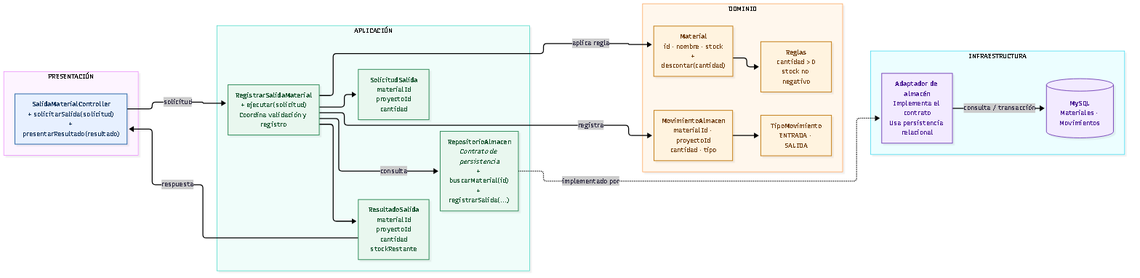
Above: img/nivel4-clases.png in dostinarroyo/Constructora-arquitSoft-02-Dostin_Arroyo (Mermaid), before the change. Its source is kept beside it as img/fuentes/nivel4-clases.mmd. Source of this version:
```mermaid
flowchart LR
    subgraph PRESENTACION["PRESENTACIÓN"]
        direction TB
        controlador["<b>SalidaMaterialController</b><br/>+ solicitarSalida(solicitud)<br/>+ presentarResultado(resultado)"]
    end

    subgraph APLICACION["APLICACIÓN"]
        direction TB
        casoUso["<b>RegistrarSalidaMaterial</b><br/>+ ejecutar(solicitud)<br/>Coordina validación y registro"]
        solicitud["<b>SolicitudSalida</b><br/>materialId<br/>proyectoId<br/>cantidad"]
        resultado["<b>ResultadoSalida</b><br/>materialId<br/>proyectoId<br/>cantidad<br/>stockRestante"]
        repositorio["<b>RepositorioAlmacen</b><br/><i>Contrato de persistencia</i><br/>+ buscarMaterial(id)<br/>+ registrarSalida(...)"]
    end

    subgraph DOMINIO["DOMINIO"]
        direction TB
        material["<b>Material</b><br/>id · nombre · stock<br/>+ descontar(cantidad)"]
        movimiento["<b>MovimientoAlmacen</b><br/>materialId · proyectoId<br/>cantidad · tipo"]
        tipo["<b>TipoMovimiento</b><br/>ENTRADA · SALIDA"]
        regla["<b>Reglas</b><br/>cantidad > 0<br/>stock no negativo"]
    end

    subgraph INFRAESTRUCTURA["INFRAESTRUCTURA"]
        direction TB
        adaptador["<b>Adaptador de almacén</b><br/>Implementa el contrato<br/>Usa persistencia relacional"]
        mysql[("<b>MySQL</b><br/>Materiales · Movimientos")]
    end

    controlador -->|"solicitud"| casoUso
    casoUso --> solicitud
    casoUso -->|"consulta"| repositorio
    repositorio -. "implementado por" .-> adaptador
    adaptador -->|"consulta / transacción"| mysql
    casoUso -->|"aplica regla"| material
    material --> regla
    casoUso -->|"registra"| movimiento
    movimiento --> tipo
    casoUso --> resultado
    resultado -->|"respuesta"| controlador

    controlador ~~~ casoUso
    casoUso ~~~ material
    material ~~~ adaptador

    classDef presentacion fill:#e7f0ff,stroke:#2563a6,color:#17365d,stroke-width:1.5px
    classDef aplicacion fill:#e9f7ef,stroke:#2d8a57,color:#14532d,stroke-width:1.5px
    classDef dominio fill:#fff3df,stroke:#c27a12,color:#713f12,stroke-width:1.5px
    classDef infraestructura fill:#f2eaff,stroke:#7646b8,color:#4c1d95,stroke-width:1.5px

    class controlador presentacion
    class casoUso,solicitud,resultado,repositorio aplicacion
    class material,movimiento,tipo,regla dominio
    class adaptador,mysql infraestructura
```
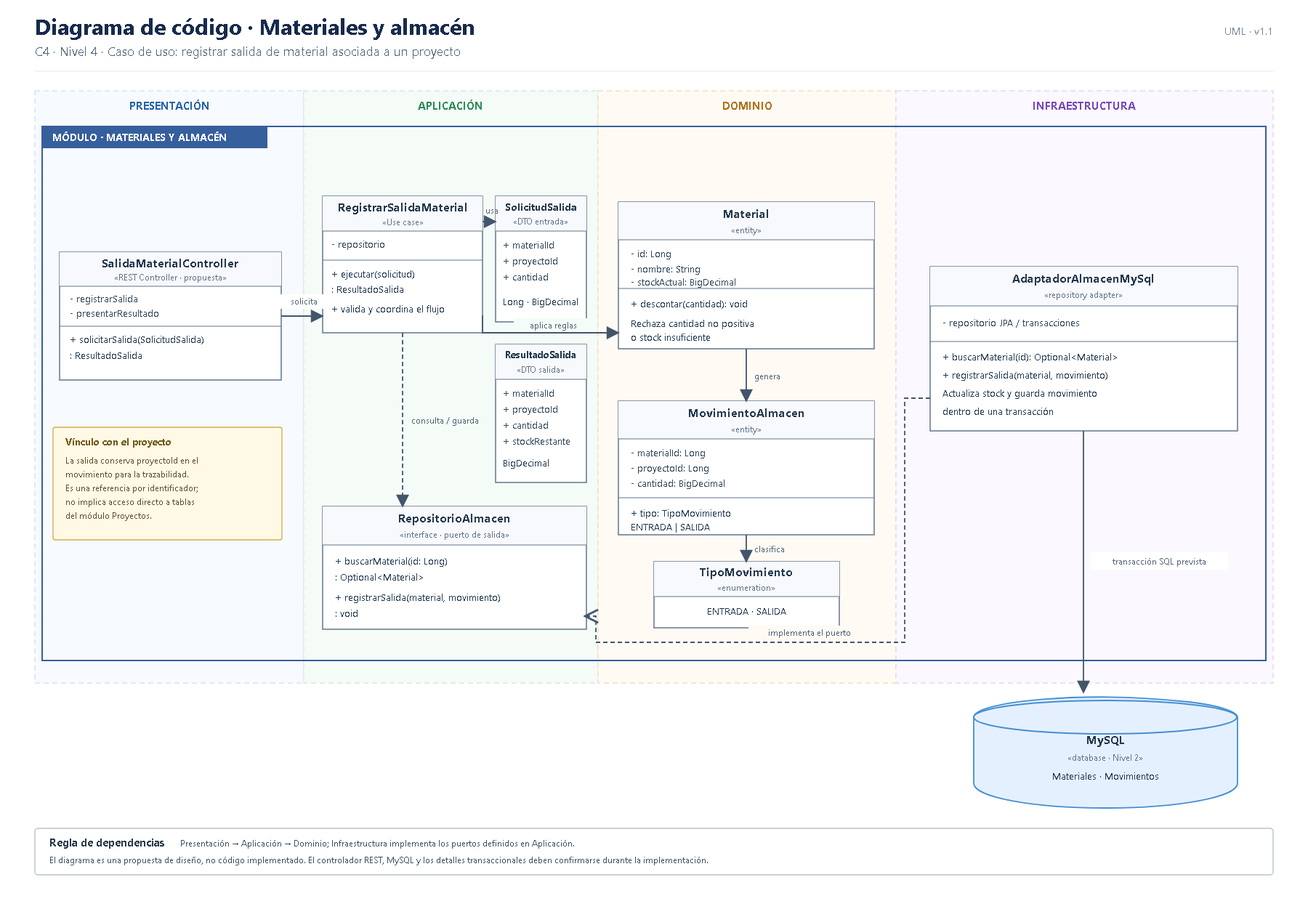
The same diagram one commit later.

Commit message:
docs: actualizar diagrama de código de almacén

The edit, as a diff of the source:
```diff
@@ -1,53 +1,74 @@
-flowchart LR
-    subgraph PRESENTACION["PRESENTACIÓN"]
-        direction TB
-        controlador["<b>SalidaMaterialController</b><br/>+ solicitarSalida(solicitud)<br/>+ presentarResultado(resultado)"]
-    end
+classDiagram
+    direction LR
 
-    subgraph APLICACION["APLICACIÓN"]
-        direction TB
-        casoUso["<b>RegistrarSalidaMaterial</b><br/>+ ejecutar(solicitud)<br/>Coordina validación y registro"]
-        solicitud["<b>SolicitudSalida</b><br/>materialId<br/>proyectoId<br/>cantidad"]
-        resultado["<b>ResultadoSalida</b><br/>materialId<br/>proyectoId<br/>cantidad<br/>stockRestante"]
-        repositorio["<b>RepositorioAlmacen</b><br/><i>Contrato de persistencia</i><br/>+ buscarMaterial(id)<br/>+ registrarSalida(...)"]
-    end
+    class SalidaMaterialController {
+        +solicitarSalida(SolicitudSalida) ResultadoSalida
+        +presentarResultado(ResultadoSalida) ResponseEntity
+    }
 
-    subgraph DOMINIO["DOMINIO"]
-        direction TB
-        material["<b>Material</b><br/>id · nombre · stock<br/>+ descontar(cantidad)"]
-        movimiento["<b>MovimientoAlmacen</b><br/>materialId · proyectoId<br/>cantidad · tipo"]
-        tipo["<b>TipoMovimiento</b><br/>ENTRADA · SALIDA"]
-        regla["<b>Reglas</b><br/>cantidad > 0<br/>stock no negativo"]
-    end
+    class RegistrarSalidaMaterial {
+        -RepositorioAlmacen repositorio
+        +ejecutar(SolicitudSalida) ResultadoSalida
+    }
 
-    subgraph INFRAESTRUCTURA["INFRAESTRUCTURA"]
-        direction TB
-        adaptador["<b>Adaptador de almacén</b><br/>Implementa el contrato<br/>Usa persistencia relacional"]
-        mysql[("<b>MySQL</b><br/>Materiales · Movimientos")]
-    end
+    class SolicitudSalida {
+        +Long materialId
+        +Long proyectoId
+        +BigDecimal cantidad
+    }
 
-    controlador -->|"solicitud"| casoUso
-    casoUso --> solicitud
-    casoUso -->|"consulta"| repositorio
-    repositorio -. "implementado por" .-> adaptador
-    adaptador -->|"consulta / transacción"| mysql
-    casoUso -->|"aplica regla"| material
-    material --> regla
-    casoUso -->|"registra"| movimiento
-    movimiento --> tipo
-    casoUso --> resultado
-    resultado -->|"respuesta"| controlador
+    class ResultadoSalida {
+        +Long materialId
+        +Long proyectoId
+        +BigDecimal cantidad
+        +BigDecimal stockRestante
+    }
 
-    controlador ~~~ casoUso
-    casoUso ~~~ material
-    material ~~~ adaptador
+    class RepositorioAlmacen {
+        <<interface>>
+        +buscarMaterial(Long) Optional~Material~
+        +registrarSalida(Material, MovimientoAlmacen) void
+    }
 
-    classDef presentacion fill:#e7f0ff,stroke:#2563a6,color:#17365d,stroke-width:1.5px
-    classDef aplicacion fill:#e9f7ef,stroke:#2d8a57,color:#14532d,stroke-width:1.5px
-    classDef dominio fill:#fff3df,stroke:#c27a12,color:#713f12,stroke-width:1.5px
-    classDef infraestructura fill:#f2eaff,stroke:#7646b8,color:#4c1d95,stroke-width:1.5px
+    class Material {
+        -Long id
+        -String nombre
+        -BigDecimal stockActual
+        +descontar(BigDecimal) void
+    }
 
-    class controlador presentacion
-    class casoUso,solicitud,resultado,repositorio aplicacion
-    class material,movimiento,tipo,regla dominio
-    class adaptador,mysql infraestructura
+    class MovimientoAlmacen {
+        -Long materialId
+        -Long proyectoId
+        -BigDecimal cantidad
+        -TipoMovimiento tipo
+        +salida(Long, Long, BigDecimal) MovimientoAlmacen
+    }
+
+    class TipoMovimiento {
+        <<enumeration>>
+        ENTRADA
+        SALIDA
+    }
+
+    class AdaptadorAlmacenMySql {
+        +buscarMaterial(Long) Optional~Material~
+        +registrarSalida(Material, MovimientoAlmacen) void
+    }
+
+    class MySQL {
+        <<database>>
+        Materiales
+        Movimientos
+    }
+
+    SalidaMaterialController --> RegistrarSalidaMaterial : solicita la operación
+    SalidaMaterialController ..> SolicitudSalida : recibe
+    RegistrarSalidaMaterial ..> SolicitudSalida : valida
+    RegistrarSalidaMaterial ..> ResultadoSalida : devuelve
+    RegistrarSalidaMaterial --> RepositorioAlmacen : consulta y registra
+    RegistrarSalidaMaterial --> Material : aplica reglas de stock
+    RegistrarSalidaMaterial --> MovimientoAlmacen : crea el movimiento
+    MovimientoAlmacen --> TipoMovimiento : clasifica
+    RepositorioAlmacen <|.. AdaptadorAlmacenMySql : implementa
+    AdaptadorAlmacenMySql --> MySQL : transacción
```
